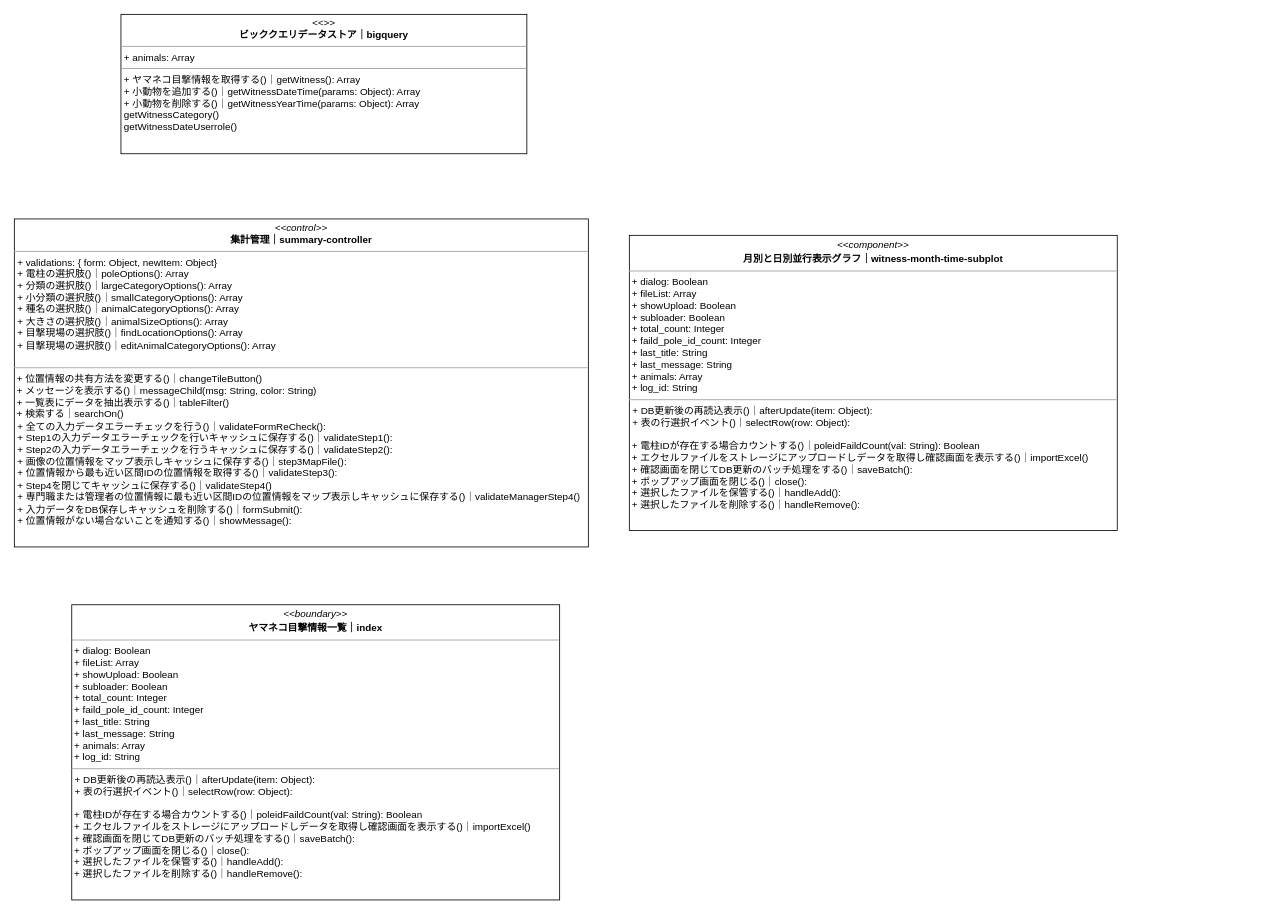
The draw.io diagram iriomote-dashboard.drawio in kaoru387/draw.io, before the edit. Source tidied: cells renumbered, new cells numbered last; positions are measured from the earlier drawing's top-left corner, leaving out a move shared by most shapes. Both pictures are drawn from the tidied source at 82%, with x=0, y=0 at pixel (14, 14).
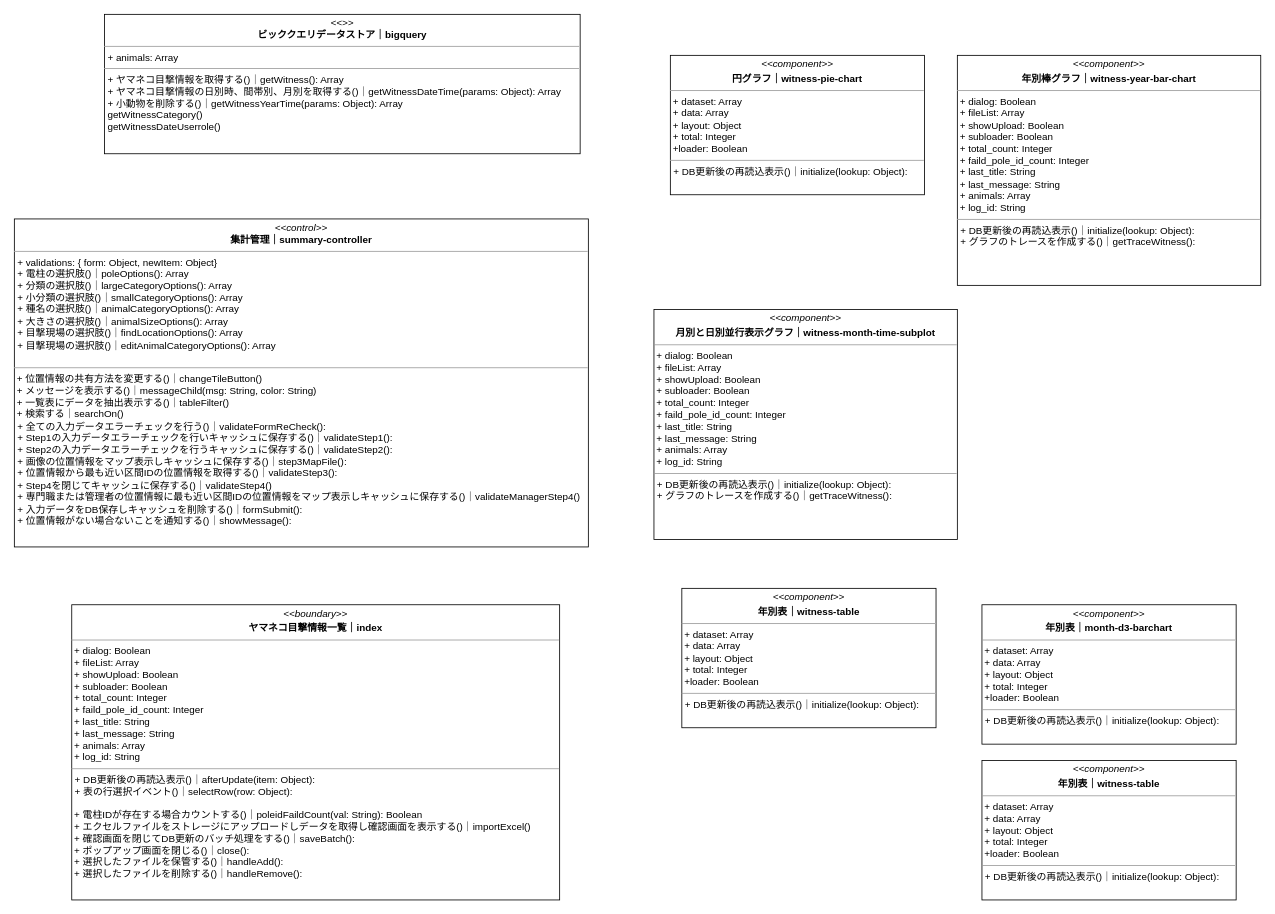
The same page after the edit.

Commit message:
iriomote-dashboard.drawio を更新します

What changed in the source:
```diff
@@
 <mxGraphModel>
   <root>
     <mxCell id="0" />
     <mxCell id="1" parent="0" />
     <mxCell id="2" value="&lt;p style=&quot;margin:0px;margin-top:4px;text-align:center;&quot;&gt;&lt;i&gt;&amp;lt;&amp;lt;control&amp;gt;&amp;gt;&lt;/i&gt;&lt;br&gt;&lt;b&gt;集計管理｜summary-controller&lt;/b&gt;&lt;/p&gt;&lt;hr size=&quot;1&quot;&gt;&lt;p style=&quot;margin:0px;margin-left:4px;&quot;&gt;+ validations: { form: Object, newItem: Object}&lt;br&gt;+ 電柱の選択肢()｜poleOptions(): Array&lt;br&gt;&lt;/p&gt;&lt;p style=&quot;margin:0px;margin-left:4px;&quot;&gt;+ 分類の選択肢()｜largeCategoryOptions(): Array&lt;br&gt;&lt;/p&gt;&lt;p style=&quot;margin:0px;margin-left:4px;&quot;&gt;+ 小分類の選択肢()｜smallCategoryOptions(): Array&lt;br&gt;&lt;/p&gt;&lt;p style=&quot;margin:0px;margin-left:4px;&quot;&gt;+ 種名の選択肢()｜animalCategoryOptions(): Array&lt;br&gt;&lt;/p&gt;&lt;p style=&quot;margin:0px;margin-left:4px;&quot;&gt;+ 大きさの選択肢()｜animalSizeOptions(): Array&lt;br&gt;&lt;/p&gt;&lt;p style=&quot;margin:0px;margin-left:4px;&quot;&gt;+ 目撃現場の選択肢()｜findLocationOptions(): Array&lt;br&gt;&lt;/p&gt;&lt;p style=&quot;margin:0px;margin-left:4px;&quot;&gt;+ 目撃現場の選択肢()｜editAnimalCategoryOptions(): Array&lt;/p&gt;&lt;br&gt;&lt;div&gt;&lt;/div&gt;&lt;hr size=&quot;1&quot;&gt;&lt;p style=&quot;margin:0px;margin-left:4px;&quot;&gt;&lt;/p&gt;&amp;nbsp;&lt;span style=&quot;background-color: initial;&quot;&gt;+&amp;nbsp;&lt;/span&gt;位置情報の共有方法を変更する()｜&lt;span style=&quot;background-color: initial;&quot;&gt;changeTileButton()&lt;/span&gt;&lt;br&gt;&amp;nbsp;+ メッセージを表示する()｜&lt;span style=&quot;background-color: initial;&quot;&gt;messageChild(msg: String, color: String)&lt;/span&gt;&lt;span style=&quot;background-color: initial;&quot;&gt;&lt;br&gt;&lt;/span&gt;&amp;nbsp;+ 一覧表にデータを抽出表示する()｜&lt;span style=&quot;background-color: initial;&quot;&gt;tableFilter()&lt;br&gt;&lt;/span&gt;&lt;span style=&quot;background-color: initial;&quot;&gt;&amp;nbsp;+ 検索する｜searchOn()&lt;br&gt;&lt;/span&gt;&lt;p style=&quot;margin: 0px 0px 0px 4px;&quot;&gt;&lt;span style=&quot;background-color: initial;&quot;&gt;+ 全ての入力データエラーチェックを行う()｜validateFormReCheck():&amp;nbsp;&lt;/span&gt;&lt;/p&gt;&lt;p style=&quot;margin: 0px 0px 0px 4px;&quot;&gt;+ Step1の入力データエラーチェックを行いキャッシュに保存する()｜validateStep1():&lt;/p&gt;&lt;p style=&quot;margin: 0px 0px 0px 4px;&quot;&gt;+ Step2の入力データエラーチェックを行うキャッシュに保存する()｜validateStep2():&lt;/p&gt;&lt;p style=&quot;margin: 0px 0px 0px 4px;&quot;&gt;+ 画像の位置情報をマップ表示しキャッシュに保存する()｜step3MapFile():&lt;/p&gt;&lt;p style=&quot;margin: 0px 0px 0px 4px;&quot;&gt;+ 位置情報から最も近い区間IDの位置情報を取得する()｜validateStep3():&lt;/p&gt;&lt;p style=&quot;margin: 0px 0px 0px 4px;&quot;&gt;+ Step4を閉じてキャッシュに保存する()｜validateStep4()&lt;/p&gt;&lt;p style=&quot;margin: 0px 0px 0px 4px;&quot;&gt;+ 専門職または管理者の位置情報に最も近い区間IDの位置情報をマップ表示しキャッシュに保存する()｜validateManagerStep4()&lt;/p&gt;&lt;p style=&quot;margin: 0px 0px 0px 4px;&quot;&gt;+ 入力データをDB保存しキャッシュを削除する()｜formSubmit():&lt;/p&gt;&lt;p style=&quot;margin: 0px 0px 0px 4px;&quot;&gt;+ 位置情報がない場合ないことを通知する()｜showMessage():&amp;nbsp;&lt;/p&gt;" style="verticalAlign=top;align=left;overflow=fill;fontSize=12;fontFamily=Helvetica;html=1;" parent="1" vertex="1">
       <mxGeometry y="249.5" width="700" height="400" as="geometry" />
     </mxCell>
-    <mxCell id="3" value="&lt;p style=&quot;margin:0px;margin-top:4px;text-align:center;&quot;&gt;&lt;i&gt;&amp;lt;&amp;lt;&amp;gt;&amp;gt;&lt;/i&gt;&lt;br&gt;&lt;b&gt;ビッククエリデータストア｜bigquery&lt;/b&gt;&lt;br&gt;&lt;/p&gt;&lt;hr size=&quot;1&quot;&gt;&lt;p style=&quot;margin:0px;margin-left:4px;&quot;&gt;+ animals: Array&lt;/p&gt;&lt;hr size=&quot;1&quot;&gt;&lt;p style=&quot;margin:0px;margin-left:4px;&quot;&gt;&lt;span style=&quot;background-color: initial;&quot;&gt;+ ヤマネコ目撃情報を取得する()｜getWitness(): Array&lt;/span&gt;&lt;br&gt;&lt;/p&gt;&lt;p style=&quot;margin:0px;margin-left:4px;&quot;&gt;+ 小動物を追加する()｜getWitnessDateTime(params: Object): Array&lt;br&gt;&lt;/p&gt;&lt;p style=&quot;margin:0px;margin-left:4px;&quot;&gt;+ 小動物を削除する()｜getWitnessYearTime(params: Object): Array&lt;br&gt;&lt;/p&gt;&lt;p style=&quot;margin:0px;margin-left:4px;&quot;&gt;getWitnessCategory()&lt;br&gt;&lt;/p&gt;&lt;p style=&quot;margin:0px;margin-left:4px;&quot;&gt;getWitnessDateUserrole()&lt;br&gt;&lt;/p&gt;" style="verticalAlign=top;align=left;overflow=fill;fontSize=12;fontFamily=Helvetica;html=1;fontColor=#000000;" parent="1" vertex="1">
-      <mxGeometry x="130" width="495" height="170" as="geometry" />
+    <mxCell id="3" value="&lt;p style=&quot;margin:0px;margin-top:4px;text-align:center;&quot;&gt;&lt;i&gt;&amp;lt;&amp;lt;&amp;gt;&amp;gt;&lt;/i&gt;&lt;br&gt;&lt;b&gt;ビッククエリデータストア｜bigquery&lt;/b&gt;&lt;br&gt;&lt;/p&gt;&lt;hr size=&quot;1&quot;&gt;&lt;p style=&quot;margin:0px;margin-left:4px;&quot;&gt;+ animals: Array&lt;/p&gt;&lt;hr size=&quot;1&quot;&gt;&lt;p style=&quot;margin:0px;margin-left:4px;&quot;&gt;&lt;span style=&quot;background-color: initial;&quot;&gt;+ ヤマネコ目撃情報を取得する()｜getWitness(): Array&lt;/span&gt;&lt;br&gt;&lt;/p&gt;&lt;p style=&quot;margin:0px;margin-left:4px;&quot;&gt;+ ヤマネコ目撃情報の日別時、間帯別、月別を取得する()｜getWitnessDateTime(params: Object): Array&lt;br&gt;&lt;/p&gt;&lt;p style=&quot;margin:0px;margin-left:4px;&quot;&gt;+ 小動物を削除する()｜getWitnessYearTime(params: Object): Array&lt;br&gt;&lt;/p&gt;&lt;p style=&quot;margin:0px;margin-left:4px;&quot;&gt;getWitnessCategory()&lt;br&gt;&lt;/p&gt;&lt;p style=&quot;margin:0px;margin-left:4px;&quot;&gt;getWitnessDateUserrole()&lt;br&gt;&lt;/p&gt;" style="verticalAlign=top;align=left;overflow=fill;fontSize=12;fontFamily=Helvetica;html=1;fontColor=#000000;" parent="1" vertex="1">
+      <mxGeometry x="110" width="580" height="170" as="geometry" />
     </mxCell>
     <mxCell id="4" value="&lt;p style=&quot;margin:0px;margin-top:4px;text-align:center;&quot;&gt;&lt;i&gt;&amp;lt;&amp;lt;boundary&amp;gt;&amp;gt;&lt;/i&gt;&lt;b&gt;&lt;br&gt;&lt;/b&gt;&lt;/p&gt;&lt;p style=&quot;margin:0px;margin-top:4px;text-align:center;&quot;&gt;&lt;b&gt;ヤマネコ目撃情報一覧｜index&lt;/b&gt;&lt;/p&gt;&lt;hr size=&quot;1&quot;&gt;&lt;div&gt;&amp;nbsp;+ dialog: Boolean&lt;/div&gt;&lt;div&gt;&amp;nbsp;+ fileList: Array&amp;nbsp;&lt;/div&gt;&lt;div&gt;&amp;nbsp;+ showUpload: Boolean&lt;/div&gt;&lt;div&gt;&amp;nbsp;+ subloader: Boolean&lt;/div&gt;&lt;div&gt;&amp;nbsp;+ total_count: Integer&lt;/div&gt;&lt;div&gt;&amp;nbsp;+ faild_pole_id_count: Integer&lt;/div&gt;&lt;div&gt;&amp;nbsp;+ last_title: String&lt;/div&gt;&lt;div&gt;&amp;nbsp;+ last_message: String&lt;/div&gt;&lt;div&gt;&amp;nbsp;+ animals: Array&lt;/div&gt;&lt;div&gt;&amp;nbsp;+ log_id: String&lt;/div&gt;&lt;hr size=&quot;1&quot;&gt;&lt;p style=&quot;margin:0px;margin-left:4px;&quot;&gt;+ DB更新後の再読込表示()｜afterUpdate(item: Object):&amp;nbsp;&lt;span style=&quot;background-color: initial;&quot;&gt;&lt;br&gt;&lt;/span&gt;&lt;/p&gt;&lt;p style=&quot;margin:0px;margin-left:4px;&quot;&gt;+ 表の行選択イベント()｜selectRow(row: Object):&amp;nbsp;&lt;br&gt;&lt;/p&gt;&lt;p style=&quot;margin:0px;margin-left:4px;&quot;&gt;&lt;/p&gt;&lt;br&gt;&amp;nbsp;+&amp;nbsp;電柱IDが存在する場合カウントする()｜poleidFaildCount(val: String): Boolean&lt;br&gt;&amp;nbsp;+ エクセルファイルをストレージにアップロードしデータを取得し確認画面を表示する()｜importExcel()&lt;br&gt;&amp;nbsp;+ 確認画面を閉じてDB更新のバッチ処理をする()｜saveBatch():&amp;nbsp;&lt;br&gt;&amp;nbsp;+ ポップアップ画面を閉じる()｜close():&amp;nbsp;&lt;br&gt;&amp;nbsp;+ 選択したファイルを保管する()｜handleAdd():&amp;nbsp;&lt;br&gt;&amp;nbsp;+ 選択したファイルを削除する()｜handleRemove():&amp;nbsp;" style="verticalAlign=top;align=left;overflow=fill;fontSize=12;fontFamily=Helvetica;html=1;" parent="1" vertex="1">
       <mxGeometry x="70" y="720" width="595" height="360" as="geometry" />
     </mxCell>
-    <mxCell id="5" value="&lt;p style=&quot;margin:0px;margin-top:4px;text-align:center;&quot;&gt;&lt;i&gt;&amp;lt;&amp;lt;component&amp;gt;&amp;gt;&lt;/i&gt;&lt;b&gt;&lt;br&gt;&lt;/b&gt;&lt;/p&gt;&lt;p style=&quot;margin:0px;margin-top:4px;text-align:center;&quot;&gt;&lt;b&gt;月別と日別並行表示グラフ｜witness-month-time-subplot&lt;/b&gt;&lt;/p&gt;&lt;hr size=&quot;1&quot;&gt;&lt;div&gt;&amp;nbsp;+ dialog: Boolean&lt;/div&gt;&lt;div&gt;&amp;nbsp;+ fileList: Array&amp;nbsp;&lt;/div&gt;&lt;div&gt;&amp;nbsp;+ showUpload: Boolean&lt;/div&gt;&lt;div&gt;&amp;nbsp;+ subloader: Boolean&lt;/div&gt;&lt;div&gt;&amp;nbsp;+ total_count: Integer&lt;/div&gt;&lt;div&gt;&amp;nbsp;+ faild_pole_id_count: Integer&lt;/div&gt;&lt;div&gt;&amp;nbsp;+ last_title: String&lt;/div&gt;&lt;div&gt;&amp;nbsp;+ last_message: String&lt;/div&gt;&lt;div&gt;&amp;nbsp;+ animals: Array&lt;/div&gt;&lt;div&gt;&amp;nbsp;+ log_id: String&lt;/div&gt;&lt;hr size=&quot;1&quot;&gt;&lt;p style=&quot;margin:0px;margin-left:4px;&quot;&gt;+ DB更新後の再読込表示()｜afterUpdate(item: Object):&amp;nbsp;&lt;span style=&quot;background-color: initial;&quot;&gt;&lt;br&gt;&lt;/span&gt;&lt;/p&gt;&lt;p style=&quot;margin:0px;margin-left:4px;&quot;&gt;+ 表の行選択イベント()｜selectRow(row: Object):&amp;nbsp;&lt;br&gt;&lt;/p&gt;&lt;p style=&quot;margin:0px;margin-left:4px;&quot;&gt;&lt;/p&gt;&lt;br&gt;&amp;nbsp;+&amp;nbsp;電柱IDが存在する場合カウントする()｜poleidFaildCount(val: String): Boolean&lt;br&gt;&amp;nbsp;+ エクセルファイルをストレージにアップロードしデータを取得し確認画面を表示する()｜importExcel()&lt;br&gt;&amp;nbsp;+ 確認画面を閉じてDB更新のバッチ処理をする()｜saveBatch():&amp;nbsp;&lt;br&gt;&amp;nbsp;+ ポップアップ画面を閉じる()｜close():&amp;nbsp;&lt;br&gt;&amp;nbsp;+ 選択したファイルを保管する()｜handleAdd():&amp;nbsp;&lt;br&gt;&amp;nbsp;+ 選択したファイルを削除する()｜handleRemove():&amp;nbsp;" style="verticalAlign=top;align=left;overflow=fill;fontSize=12;fontFamily=Helvetica;html=1;" parent="1" vertex="1">
-      <mxGeometry x="750" y="269.5" width="595" height="360" as="geometry" />
+    <mxCell id="5" value="&lt;p style=&quot;margin:0px;margin-top:4px;text-align:center;&quot;&gt;&lt;i&gt;&amp;lt;&amp;lt;component&amp;gt;&amp;gt;&lt;/i&gt;&lt;b&gt;&lt;br&gt;&lt;/b&gt;&lt;/p&gt;&lt;p style=&quot;margin:0px;margin-top:4px;text-align:center;&quot;&gt;&lt;b&gt;月別と日別並行表示グラフ｜witness-month-time-subplot&lt;/b&gt;&lt;/p&gt;&lt;hr size=&quot;1&quot;&gt;&lt;div&gt;&amp;nbsp;+ dialog: Boolean&lt;/div&gt;&lt;div&gt;&amp;nbsp;+ fileList: Array&amp;nbsp;&lt;/div&gt;&lt;div&gt;&amp;nbsp;+ showUpload: Boolean&lt;/div&gt;&lt;div&gt;&amp;nbsp;+ subloader: Boolean&lt;/div&gt;&lt;div&gt;&amp;nbsp;+ total_count: Integer&lt;/div&gt;&lt;div&gt;&amp;nbsp;+ faild_pole_id_count: Integer&lt;/div&gt;&lt;div&gt;&amp;nbsp;+ last_title: String&lt;/div&gt;&lt;div&gt;&amp;nbsp;+ last_message: String&lt;/div&gt;&lt;div&gt;&amp;nbsp;+ animals: Array&lt;/div&gt;&lt;div&gt;&amp;nbsp;+ log_id: String&lt;/div&gt;&lt;hr size=&quot;1&quot;&gt;&lt;p style=&quot;margin:0px;margin-left:4px;&quot;&gt;+ DB更新後の再読込表示()｜initialize(lookup: Object):&amp;nbsp;&lt;span style=&quot;background-color: initial;&quot;&gt;&lt;br&gt;&lt;/span&gt;&lt;/p&gt;&lt;p style=&quot;margin:0px;margin-left:4px;&quot;&gt;+ グラフのトレース&lt;span style=&quot;background-color: initial;&quot;&gt;を作成する()｜getTraceWitness():&amp;nbsp;&lt;/span&gt;&lt;/p&gt;&lt;p style=&quot;margin:0px;margin-left:4px;&quot;&gt;&lt;/p&gt;" style="verticalAlign=top;align=left;overflow=fill;fontSize=12;fontFamily=Helvetica;html=1;" parent="1" vertex="1">
+      <mxGeometry x="780" y="360" width="370" height="280.5" as="geometry" />
     </mxCell>
+    <mxCell id="6" value="&lt;p style=&quot;margin:0px;margin-top:4px;text-align:center;&quot;&gt;&lt;i&gt;&amp;lt;&amp;lt;component&amp;gt;&amp;gt;&lt;/i&gt;&lt;b&gt;&lt;br&gt;&lt;/b&gt;&lt;/p&gt;&lt;p style=&quot;margin:0px;margin-top:4px;text-align:center;&quot;&gt;&lt;b&gt;年別棒グラフ｜witness-year-bar-chart&lt;/b&gt;&lt;/p&gt;&lt;hr size=&quot;1&quot;&gt;&lt;div&gt;&amp;nbsp;+ dialog: Boolean&lt;/div&gt;&lt;div&gt;&amp;nbsp;+ fileList: Array&amp;nbsp;&lt;/div&gt;&lt;div&gt;&amp;nbsp;+ showUpload: Boolean&lt;/div&gt;&lt;div&gt;&amp;nbsp;+ subloader: Boolean&lt;/div&gt;&lt;div&gt;&amp;nbsp;+ total_count: Integer&lt;/div&gt;&lt;div&gt;&amp;nbsp;+ faild_pole_id_count: Integer&lt;/div&gt;&lt;div&gt;&amp;nbsp;+ last_title: String&lt;/div&gt;&lt;div&gt;&amp;nbsp;+ last_message: String&lt;/div&gt;&lt;div&gt;&amp;nbsp;+ animals: Array&lt;/div&gt;&lt;div&gt;&amp;nbsp;+ log_id: String&lt;/div&gt;&lt;hr size=&quot;1&quot;&gt;&lt;p style=&quot;margin:0px;margin-left:4px;&quot;&gt;+ DB更新後の再読込表示()｜initialize(lookup: Object):&amp;nbsp;&lt;span style=&quot;background-color: initial;&quot;&gt;&lt;br&gt;&lt;/span&gt;&lt;/p&gt;&lt;p style=&quot;margin:0px;margin-left:4px;&quot;&gt;+ グラフのトレース&lt;span style=&quot;background-color: initial;&quot;&gt;を作成する()｜getTraceWitness():&amp;nbsp;&lt;/span&gt;&lt;/p&gt;&lt;p style=&quot;margin:0px;margin-left:4px;&quot;&gt;&lt;/p&gt;" style="verticalAlign=top;align=left;overflow=fill;fontSize=12;fontFamily=Helvetica;html=1;" parent="1" vertex="1">
+      <mxGeometry x="1150" y="50" width="370" height="280.5" as="geometry" />
+    </mxCell>
+    <mxCell id="7" value="&lt;p style=&quot;margin:0px;margin-top:4px;text-align:center;&quot;&gt;&lt;i&gt;&amp;lt;&amp;lt;component&amp;gt;&amp;gt;&lt;/i&gt;&lt;b&gt;&lt;br&gt;&lt;/b&gt;&lt;/p&gt;&lt;p style=&quot;margin:0px;margin-top:4px;text-align:center;&quot;&gt;&lt;b&gt;円グラフ｜witness-pie-chart&lt;/b&gt;&lt;/p&gt;&lt;hr size=&quot;1&quot;&gt;&lt;div&gt;&amp;nbsp;+ dataset: Array&lt;/div&gt;&lt;div&gt;&amp;nbsp;+ data: Array&amp;nbsp;&lt;/div&gt;&lt;div&gt;&lt;span style=&quot;background-color: initial;&quot;&gt;&amp;nbsp;+ layout: Object&lt;/span&gt;&lt;br&gt;&lt;/div&gt;&lt;div&gt;&amp;nbsp;+ total: Integer&lt;/div&gt;&lt;div&gt;&amp;nbsp;+loader: Boolean&lt;/div&gt;&lt;hr size=&quot;1&quot;&gt;&lt;p style=&quot;margin:0px;margin-left:4px;&quot;&gt;+ DB更新後の再読込表示()｜initialize(lookup: Object):&amp;nbsp;&lt;span style=&quot;background-color: initial;&quot;&gt;&lt;br&gt;&lt;/span&gt;&lt;/p&gt;&lt;p style=&quot;margin:0px;margin-left:4px;&quot;&gt;&lt;br&gt;&lt;/p&gt;&lt;p style=&quot;margin:0px;margin-left:4px;&quot;&gt;&lt;/p&gt;" style="verticalAlign=top;align=left;overflow=fill;fontSize=12;fontFamily=Helvetica;html=1;" parent="1" vertex="1">
+      <mxGeometry x="800" y="50" width="310" height="170" as="geometry" />
+    </mxCell>
+    <mxCell id="8" value="&lt;p style=&quot;margin:0px;margin-top:4px;text-align:center;&quot;&gt;&lt;i&gt;&amp;lt;&amp;lt;component&amp;gt;&amp;gt;&lt;/i&gt;&lt;b&gt;&lt;br&gt;&lt;/b&gt;&lt;/p&gt;&lt;p style=&quot;margin:0px;margin-top:4px;text-align:center;&quot;&gt;&lt;b&gt;年別表｜witness-table&lt;/b&gt;&lt;/p&gt;&lt;hr size=&quot;1&quot;&gt;&lt;div&gt;&amp;nbsp;+ dataset: Array&lt;/div&gt;&lt;div&gt;&amp;nbsp;+ data: Array&amp;nbsp;&lt;/div&gt;&lt;div&gt;&lt;span style=&quot;background-color: initial;&quot;&gt;&amp;nbsp;+ layout: Object&lt;/span&gt;&lt;br&gt;&lt;/div&gt;&lt;div&gt;&amp;nbsp;+ total: Integer&lt;/div&gt;&lt;div&gt;&amp;nbsp;+loader: Boolean&lt;/div&gt;&lt;hr size=&quot;1&quot;&gt;&lt;p style=&quot;margin:0px;margin-left:4px;&quot;&gt;+ DB更新後の再読込表示()｜initialize(lookup: Object):&amp;nbsp;&lt;span style=&quot;background-color: initial;&quot;&gt;&lt;br&gt;&lt;/span&gt;&lt;/p&gt;&lt;p style=&quot;margin:0px;margin-left:4px;&quot;&gt;&lt;br&gt;&lt;/p&gt;&lt;p style=&quot;margin:0px;margin-left:4px;&quot;&gt;&lt;/p&gt;" style="verticalAlign=top;align=left;overflow=fill;fontSize=12;fontFamily=Helvetica;html=1;" parent="1" vertex="1">
+      <mxGeometry x="814" y="700" width="310" height="170" as="geometry" />
+    </mxCell>
+    <mxCell id="9" value="&lt;p style=&quot;margin:0px;margin-top:4px;text-align:center;&quot;&gt;&lt;i&gt;&amp;lt;&amp;lt;component&amp;gt;&amp;gt;&lt;/i&gt;&lt;b&gt;&lt;br&gt;&lt;/b&gt;&lt;/p&gt;&lt;p style=&quot;margin:0px;margin-top:4px;text-align:center;&quot;&gt;&lt;b&gt;年別表｜witness-table&lt;/b&gt;&lt;/p&gt;&lt;hr size=&quot;1&quot;&gt;&lt;div&gt;&amp;nbsp;+ dataset: Array&lt;/div&gt;&lt;div&gt;&amp;nbsp;+ data: Array&amp;nbsp;&lt;/div&gt;&lt;div&gt;&lt;span style=&quot;background-color: initial;&quot;&gt;&amp;nbsp;+ layout: Object&lt;/span&gt;&lt;br&gt;&lt;/div&gt;&lt;div&gt;&amp;nbsp;+ total: Integer&lt;/div&gt;&lt;div&gt;&amp;nbsp;+loader: Boolean&lt;/div&gt;&lt;hr size=&quot;1&quot;&gt;&lt;p style=&quot;margin:0px;margin-left:4px;&quot;&gt;+ DB更新後の再読込表示()｜initialize(lookup: Object):&amp;nbsp;&lt;span style=&quot;background-color: initial;&quot;&gt;&lt;br&gt;&lt;/span&gt;&lt;/p&gt;&lt;p style=&quot;margin:0px;margin-left:4px;&quot;&gt;&lt;br&gt;&lt;/p&gt;&lt;p style=&quot;margin:0px;margin-left:4px;&quot;&gt;&lt;/p&gt;" style="verticalAlign=top;align=left;overflow=fill;fontSize=12;fontFamily=Helvetica;html=1;" parent="1" vertex="1">
+      <mxGeometry x="1180" y="910" width="310" height="170" as="geometry" />
+    </mxCell>
+    <mxCell id="10" value="&lt;p style=&quot;margin:0px;margin-top:4px;text-align:center;&quot;&gt;&lt;i&gt;&amp;lt;&amp;lt;component&amp;gt;&amp;gt;&lt;/i&gt;&lt;b&gt;&lt;br&gt;&lt;/b&gt;&lt;/p&gt;&lt;p style=&quot;margin:0px;margin-top:4px;text-align:center;&quot;&gt;&lt;b&gt;年別表｜month-d3-barchart&lt;/b&gt;&lt;/p&gt;&lt;hr size=&quot;1&quot;&gt;&lt;div&gt;&amp;nbsp;+ dataset: Array&lt;/div&gt;&lt;div&gt;&amp;nbsp;+ data: Array&amp;nbsp;&lt;/div&gt;&lt;div&gt;&lt;span style=&quot;background-color: initial;&quot;&gt;&amp;nbsp;+ layout: Object&lt;/span&gt;&lt;br&gt;&lt;/div&gt;&lt;div&gt;&amp;nbsp;+ total: Integer&lt;/div&gt;&lt;div&gt;&amp;nbsp;+loader: Boolean&lt;/div&gt;&lt;hr size=&quot;1&quot;&gt;&lt;p style=&quot;margin:0px;margin-left:4px;&quot;&gt;+ DB更新後の再読込表示()｜initialize(lookup: Object):&amp;nbsp;&lt;span style=&quot;background-color: initial;&quot;&gt;&lt;br&gt;&lt;/span&gt;&lt;/p&gt;&lt;p style=&quot;margin:0px;margin-left:4px;&quot;&gt;&lt;br&gt;&lt;/p&gt;&lt;p style=&quot;margin:0px;margin-left:4px;&quot;&gt;&lt;/p&gt;" style="verticalAlign=top;align=left;overflow=fill;fontSize=12;fontFamily=Helvetica;html=1;" parent="1" vertex="1">
+      <mxGeometry x="1180" y="720" width="310" height="170" as="geometry" />
+    </mxCell>
   </root>
 </mxGraphModel>
```
